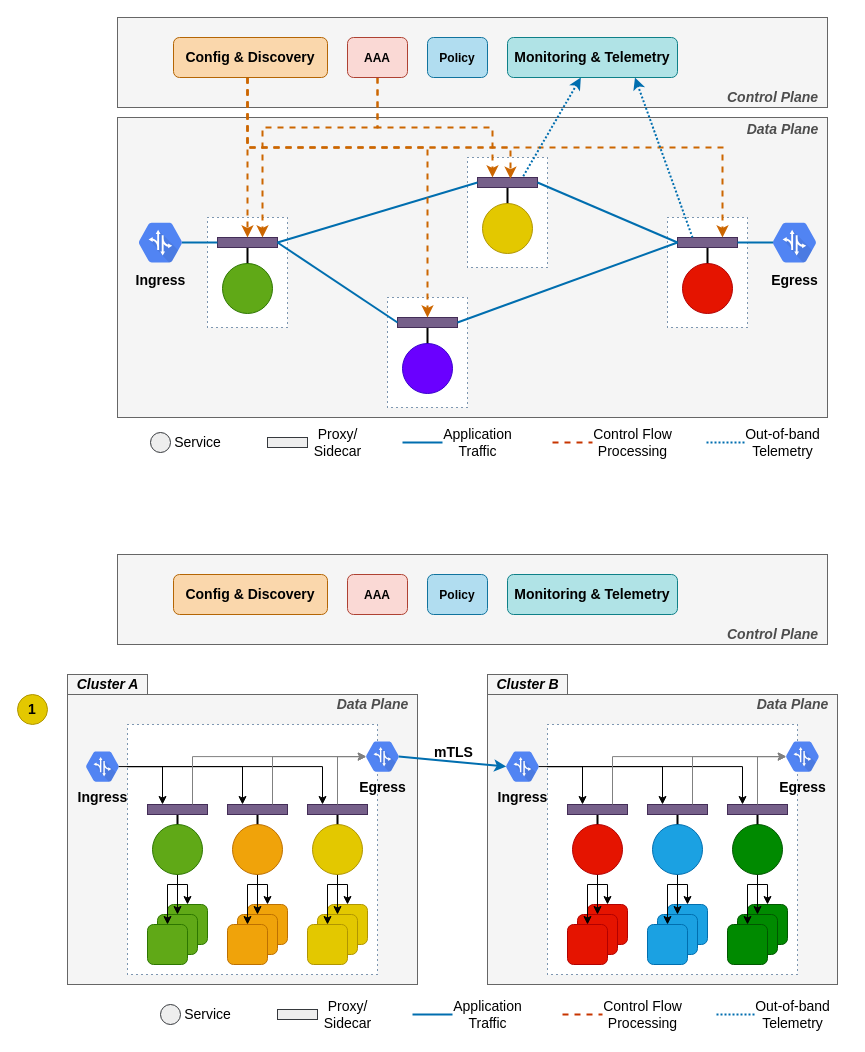
Before: service-mesh-GSPM.drawio in deepaknadig/draw.io, a draw.io diagram. Source tidied: cells renumbered, new cells numbered last; positions are measured from the earlier drawing's top-left corner, leaving out a move shared by most shapes. Both pictures are drawn from the tidied source at 100%, with x=0, y=0 at pixel (17, 17).
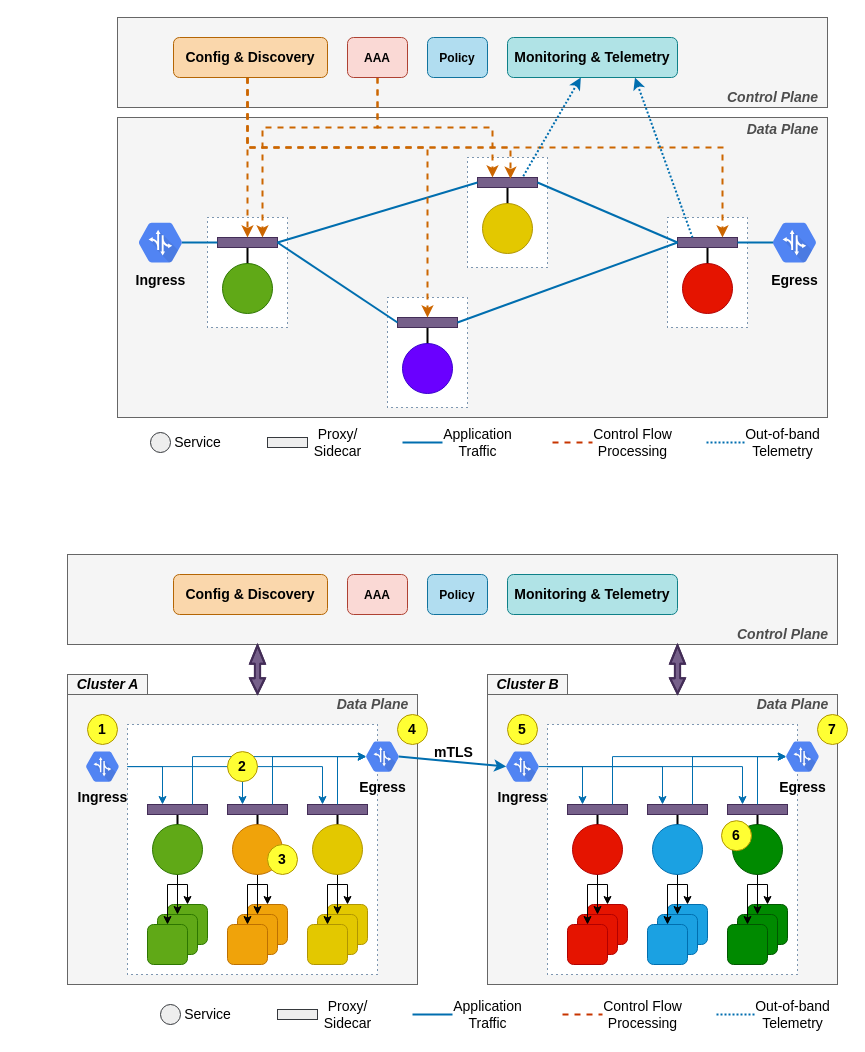
The same page after the edit.

Unchanged cells that the change refers to:
```xml
<mxCell id="94" value="&lt;font style=&quot;font-size: 14px&quot;&gt;Ingress&lt;/font&gt;" style="html=1;fillColor=#5184F3;strokeColor=none;verticalAlign=top;labelPosition=center;verticalLabelPosition=bottom;align=center;spacingTop=-6;fontSize=11;fontStyle=1;shape=mxgraph.gcp2.hexIcon;prIcon=traffic_director;rounded=0;" parent="91" vertex="1">
  <mxGeometry x="10" y="50" width="49.9" height="44.2" as="geometry" />
</mxCell>
<mxCell id="95" value="&lt;font style=&quot;font-size: 14px&quot;&gt;Egress&lt;/font&gt;" style="html=1;fillColor=#5184F3;strokeColor=none;verticalAlign=top;labelPosition=center;verticalLabelPosition=bottom;align=center;spacingTop=-6;fontSize=11;fontStyle=1;shape=mxgraph.gcp2.hexIcon;prIcon=traffic_director;rounded=0;" parent="91" vertex="1">
  <mxGeometry x="290" y="40" width="49.9" height="44.2" as="geometry" />
</mxCell>
<mxCell id="101" style="rounded=0;whiteSpace=wrap;html=1;strokeColor=#432D57;fillColor=#76608a;fontColor=#ffffff;" parent="96" vertex="1">
  <mxGeometry width="60" height="10" as="geometry" />
</mxCell>
<mxCell id="112" style="rounded=0;whiteSpace=wrap;html=1;strokeColor=#432D57;fillColor=#76608a;fontColor=#ffffff;" parent="107" vertex="1">
  <mxGeometry width="60" height="10" as="geometry" />
</mxCell>
<mxCell id="122" style="rounded=0;whiteSpace=wrap;html=1;strokeColor=#432D57;fillColor=#76608a;fontColor=#ffffff;" parent="117" vertex="1">
  <mxGeometry width="60" height="10" as="geometry" />
</mxCell>
<mxCell id="136" value="&lt;font style=&quot;font-size: 14px&quot;&gt;Ingress&lt;/font&gt;" style="html=1;fillColor=#5184F3;strokeColor=none;verticalAlign=top;labelPosition=center;verticalLabelPosition=bottom;align=center;spacingTop=-6;fontSize=11;fontStyle=1;shape=mxgraph.gcp2.hexIcon;prIcon=traffic_director;rounded=0;" parent="133" vertex="1">
  <mxGeometry x="10" y="50" width="49.9" height="44.2" as="geometry" />
</mxCell>
<mxCell id="137" value="&lt;font style=&quot;font-size: 14px&quot;&gt;Egress&lt;/font&gt;" style="html=1;fillColor=#5184F3;strokeColor=none;verticalAlign=top;labelPosition=center;verticalLabelPosition=bottom;align=center;spacingTop=-6;fontSize=11;fontStyle=1;shape=mxgraph.gcp2.hexIcon;prIcon=traffic_director;rounded=0;" parent="133" vertex="1">
  <mxGeometry x="290" y="40" width="49.9" height="44.2" as="geometry" />
</mxCell>
<mxCell id="143" style="rounded=0;whiteSpace=wrap;html=1;strokeColor=#432D57;fillColor=#76608a;fontColor=#ffffff;" parent="138" vertex="1">
  <mxGeometry width="60" height="10" as="geometry" />
</mxCell>
<mxCell id="154" style="rounded=0;whiteSpace=wrap;html=1;strokeColor=#432D57;fillColor=#76608a;fontColor=#ffffff;" parent="149" vertex="1">
  <mxGeometry width="60" height="10" as="geometry" />
</mxCell>
<mxCell id="164" style="rounded=0;whiteSpace=wrap;html=1;strokeColor=#432D57;fillColor=#76608a;fontColor=#ffffff;" parent="159" vertex="1">
  <mxGeometry width="60" height="10" as="geometry" />
</mxCell>
```

Diff of the diagram source:
```diff
@@
+    <mxCell id="184" style="group;" parent="1" vertex="1">
+      <mxGeometry x="50" y="537" width="780" height="480" as="geometry" />
+    </mxCell>
-    <mxCell id="69" style="rounded=0;whiteSpace=wrap;html=1;strokeColor=#666666;fillColor=#f5f5f5;fontColor=#333333;" parent="1" vertex="1">
-      <mxGeometry x="100" y="537" width="710" height="90" as="geometry" />
+    <mxCell id="69" style="rounded=0;whiteSpace=wrap;html=1;strokeColor=#666666;fillColor=#f5f5f5;fontColor=#333333;" parent="184" vertex="1">
+      <mxGeometry width="770" height="90" as="geometry" />
     </mxCell>
-    <mxCell id="70" value="&lt;b style=&quot;font-size: 14px&quot;&gt;&lt;font style=&quot;font-size: 14px&quot;&gt;Config &amp;amp; Discovery&lt;/font&gt;&lt;br&gt;&lt;/b&gt;" style="rounded=1;whiteSpace=wrap;html=1;fillColor=#fad7ac;strokeColor=#b46504;" parent="1" vertex="1">
-      <mxGeometry x="156" y="557" width="154" height="40" as="geometry" />
+    <mxCell id="70" value="&lt;b style=&quot;font-size: 14px&quot;&gt;&lt;font style=&quot;font-size: 14px&quot;&gt;Config &amp;amp; Discovery&lt;/font&gt;&lt;br&gt;&lt;/b&gt;" style="rounded=1;whiteSpace=wrap;html=1;fillColor=#fad7ac;strokeColor=#b46504;" parent="184" vertex="1">
+      <mxGeometry x="106" y="20" width="154" height="40" as="geometry" />
     </mxCell>
-    <mxCell id="71" value="&lt;b&gt;AAA&lt;/b&gt;&lt;b style=&quot;font-size: 14px&quot;&gt;&lt;br&gt;&lt;/b&gt;" style="rounded=1;whiteSpace=wrap;html=1;fillColor=#fad9d5;strokeColor=#ae4132;" parent="1" vertex="1">
-      <mxGeometry x="330" y="557" width="60" height="40" as="geometry" />
+    <mxCell id="71" value="&lt;b&gt;AAA&lt;/b&gt;&lt;b style=&quot;font-size: 14px&quot;&gt;&lt;br&gt;&lt;/b&gt;" style="rounded=1;whiteSpace=wrap;html=1;fillColor=#fad9d5;strokeColor=#ae4132;" parent="184" vertex="1">
+      <mxGeometry x="280" y="20" width="60" height="40" as="geometry" />
     </mxCell>
-    <mxCell id="72" value="&lt;b&gt;Policy&lt;/b&gt;&lt;b style=&quot;font-size: 14px&quot;&gt;&lt;br&gt;&lt;/b&gt;" style="rounded=1;whiteSpace=wrap;html=1;fillColor=#b1ddf0;strokeColor=#10739e;" parent="1" vertex="1">
-      <mxGeometry x="410" y="557" width="60" height="40" as="geometry" />
+    <mxCell id="72" value="&lt;b&gt;Policy&lt;/b&gt;&lt;b style=&quot;font-size: 14px&quot;&gt;&lt;br&gt;&lt;/b&gt;" style="rounded=1;whiteSpace=wrap;html=1;fillColor=#b1ddf0;strokeColor=#10739e;" parent="184" vertex="1">
+      <mxGeometry x="360" y="20" width="60" height="40" as="geometry" />
     </mxCell>
-    <mxCell id="73" value="&lt;b style=&quot;font-size: 14px&quot;&gt;&lt;font style=&quot;font-size: 14px&quot;&gt;Monitoring &amp;amp; Telemetry&lt;/font&gt;&lt;br&gt;&lt;/b&gt;" style="rounded=1;whiteSpace=wrap;html=1;fillColor=#b0e3e6;strokeColor=#0e8088;" parent="1" vertex="1">
-      <mxGeometry x="490" y="557" width="170" height="40" as="geometry" />
+    <mxCell id="73" value="&lt;b style=&quot;font-size: 14px&quot;&gt;&lt;font style=&quot;font-size: 14px&quot;&gt;Monitoring &amp;amp; Telemetry&lt;/font&gt;&lt;br&gt;&lt;/b&gt;" style="rounded=1;whiteSpace=wrap;html=1;fillColor=#b0e3e6;strokeColor=#0e8088;" parent="184" vertex="1">
+      <mxGeometry x="440" y="20" width="170" height="40" as="geometry" />
     </mxCell>
-    <mxCell id="74" value="&lt;font style=&quot;font-size: 14px&quot;&gt;&lt;b&gt;&lt;i&gt;Control Plane&lt;br&gt;&lt;/i&gt;&lt;/b&gt;&lt;/font&gt;" style="text;html=1;align=center;verticalAlign=middle;fontColor=#4D4D4D;" parent="1" vertex="1">
-      <mxGeometry x="700" y="607" width="110" height="20" as="geometry" />
+    <mxCell id="74" value="&lt;font style=&quot;font-size: 14px&quot;&gt;&lt;b&gt;&lt;i&gt;Control Plane&lt;br&gt;&lt;/i&gt;&lt;/b&gt;&lt;/font&gt;" style="text;html=1;align=center;verticalAlign=middle;fontColor=#4D4D4D;" parent="184" vertex="1">
+      <mxGeometry x="660" y="70" width="110" height="20" as="geometry" />
     </mxCell>
-    <mxCell id="75" style="group;" parent="1" vertex="1">
-      <mxGeometry x="140" y="977" width="680" height="40" as="geometry" />
+    <mxCell id="75" style="group;" parent="184" vertex="1">
+      <mxGeometry x="90" y="440" width="680" height="40" as="geometry" />
     </mxCell>
@@
-    <mxCell id="91" style="group;" parent="1" vertex="1">
-      <mxGeometry x="470" y="677" width="350" height="290" as="geometry" />
+    <mxCell id="91" style="group;" parent="184" vertex="1">
+      <mxGeometry x="420" y="140" width="360" height="290" as="geometry" />
     </mxCell>
@@
-    <mxCell id="106" style="edgeStyle=orthogonalEdgeStyle;rounded=0;jettySize=auto;html=1;entryX=0.25;entryY=0;entryDx=0;entryDy=0;startArrow=none;startFill=0;endArrow=classic;endFill=1;strokeColor=#000000;strokeWidth=1;fontSize=14;fontColor=#000000;" parent="91" edge="1" source="94" target="101">
+    <mxCell id="106" style="edgeStyle=orthogonalEdgeStyle;rounded=0;jettySize=auto;html=1;entryX=0.25;entryY=0;entryDx=0;entryDy=0;startArrow=none;startFill=0;endArrow=classic;endFill=1;strokeWidth=1;fontSize=14;fontColor=#000000;strokeColor=#006EAF;" parent="91" edge="1" source="94" target="101">
       <mxGeometry relative="1" as="geometry" />
     </mxCell>
@@
-    <mxCell id="127" style="edgeStyle=orthogonalEdgeStyle;rounded=0;jettySize=auto;html=1;entryX=0.25;entryY=0;entryDx=0;entryDy=0;startArrow=none;startFill=0;endArrow=classic;endFill=1;strokeColor=#000000;strokeWidth=1;fontSize=14;fontColor=#000000;" parent="91" edge="1" source="94" target="112">
+    <mxCell id="127" style="edgeStyle=orthogonalEdgeStyle;rounded=0;jettySize=auto;html=1;entryX=0.25;entryY=0;entryDx=0;entryDy=0;startArrow=none;startFill=0;endArrow=classic;endFill=1;strokeWidth=1;fontSize=14;fontColor=#000000;strokeColor=#006EAF;" parent="91" edge="1" source="94" target="112">
       <mxGeometry relative="1" as="geometry" />
     </mxCell>
-    <mxCell id="128" style="edgeStyle=orthogonalEdgeStyle;rounded=0;jettySize=auto;html=1;exitX=0.825;exitY=0.5;exitDx=0;exitDy=0;exitPerimeter=0;entryX=0.25;entryY=0;entryDx=0;entryDy=0;startArrow=none;startFill=0;endArrow=classic;endFill=1;strokeColor=#000000;strokeWidth=1;fontSize=14;fontColor=#000000;" parent="91" edge="1" source="94" target="122">
+    <mxCell id="128" style="edgeStyle=orthogonalEdgeStyle;rounded=0;jettySize=auto;html=1;exitX=0.825;exitY=0.5;exitDx=0;exitDy=0;exitPerimeter=0;entryX=0.25;entryY=0;entryDx=0;entryDy=0;startArrow=none;startFill=0;endArrow=classic;endFill=1;strokeWidth=1;fontSize=14;fontColor=#000000;strokeColor=#006EAF;" parent="91" edge="1" source="94" target="122">
       <mxGeometry relative="1" as="geometry" />
     </mxCell>
-    <mxCell id="129" style="edgeStyle=orthogonalEdgeStyle;rounded=0;jettySize=auto;html=1;exitX=0.5;exitY=0;exitDx=0;exitDy=0;entryX=0.175;entryY=0.5;entryDx=0;entryDy=0;entryPerimeter=0;startArrow=none;startFill=0;endArrow=classic;endFill=1;strokeColor=#808080;strokeWidth=1;fontSize=14;fontColor=#000000;" parent="91" edge="1" source="122" target="95">
+    <mxCell id="129" style="edgeStyle=orthogonalEdgeStyle;rounded=0;jettySize=auto;html=1;exitX=0.5;exitY=0;exitDx=0;exitDy=0;entryX=0.175;entryY=0.5;entryDx=0;entryDy=0;entryPerimeter=0;startArrow=none;startFill=0;endArrow=classic;endFill=1;strokeWidth=1;fontSize=14;fontColor=#000000;strokeColor=#006EAF;" parent="91" edge="1" source="122" target="95">
       <mxGeometry relative="1" as="geometry">
         <Array as="points">
           <mxPoint x="270" y="62" />
           <mxPoint x="299" y="62" />
         </Array>
       </mxGeometry>
     </mxCell>
-    <mxCell id="130" style="edgeStyle=orthogonalEdgeStyle;rounded=0;jettySize=auto;html=1;exitX=0.75;exitY=0;exitDx=0;exitDy=0;startArrow=none;startFill=0;endArrow=classic;endFill=1;strokeColor=#808080;strokeWidth=1;fontSize=14;fontColor=#000000;entryX=0.175;entryY=0.5;entryDx=0;entryDy=0;entryPerimeter=0;" parent="91" edge="1" source="112" target="95">
+    <mxCell id="130" style="edgeStyle=orthogonalEdgeStyle;rounded=0;jettySize=auto;html=1;exitX=0.75;exitY=0;exitDx=0;exitDy=0;startArrow=none;startFill=0;endArrow=classic;endFill=1;strokeWidth=1;fontSize=14;fontColor=#000000;entryX=0.175;entryY=0.5;entryDx=0;entryDy=0;entryPerimeter=0;strokeColor=#006EAF;" parent="91" edge="1" source="112" target="95">
       <mxGeometry relative="1" as="geometry">
         <Array as="points">
           <mxPoint x="205" y="62" />
           <mxPoint x="299" y="62" />
         </Array>
       </mxGeometry>
     </mxCell>
-    <mxCell id="131" style="edgeStyle=orthogonalEdgeStyle;rounded=0;jettySize=auto;html=1;exitX=0.75;exitY=0;exitDx=0;exitDy=0;startArrow=none;startFill=0;endArrow=classic;endFill=1;strokeColor=#808080;strokeWidth=1;fontSize=14;fontColor=#000000;entryX=0.175;entryY=0.5;entryDx=0;entryDy=0;entryPerimeter=0;" parent="91" edge="1" source="101" target="95">
+    <mxCell id="131" style="edgeStyle=orthogonalEdgeStyle;rounded=0;jettySize=auto;html=1;exitX=0.75;exitY=0;exitDx=0;exitDy=0;startArrow=none;startFill=0;endArrow=classic;endFill=1;strokeWidth=1;fontSize=14;fontColor=#000000;entryX=0.175;entryY=0.5;entryDx=0;entryDy=0;entryPerimeter=0;strokeColor=#006EAF;" parent="91" edge="1" source="101" target="95">
       <mxGeometry relative="1" as="geometry">
         <Array as="points">
           <mxPoint x="125" y="62" />
           <mxPoint x="299" y="62" />
         </Array>
       </mxGeometry>
     </mxCell>
@@
+    <mxCell id="185" value="&lt;b&gt;5&lt;/b&gt;" style="ellipse;whiteSpace=wrap;html=1;rounded=1;strokeColor=#B09500;fontSize=14;fillColor=#FFFF33;" parent="91" vertex="1">
+      <mxGeometry x="20" y="20" width="30" height="30" as="geometry" />
+    </mxCell>
+    <mxCell id="186" value="&lt;b&gt;7&lt;/b&gt;" style="ellipse;whiteSpace=wrap;html=1;rounded=1;strokeColor=#B09500;fontSize=14;fillColor=#FFFF33;" parent="91" vertex="1">
+      <mxGeometry x="330" y="20" width="30" height="30" as="geometry" />
+    </mxCell>
+    <mxCell id="187" value="&lt;b&gt;6&lt;/b&gt;" style="ellipse;whiteSpace=wrap;html=1;rounded=1;strokeColor=#B09500;fontSize=14;fillColor=#FFFF33;" parent="91" vertex="1">
+      <mxGeometry x="234" y="126.2" width="30" height="30" as="geometry" />
+    </mxCell>
-    <mxCell id="133" style="group;" parent="1" vertex="1">
-      <mxGeometry x="50" y="677" width="350" height="290" as="geometry" />
+    <mxCell id="133" style="group;" parent="184" vertex="1">
+      <mxGeometry y="140" width="360" height="290" as="geometry" />
     </mxCell>
@@
-    <mxCell id="148" style="edgeStyle=orthogonalEdgeStyle;rounded=0;jettySize=auto;html=1;entryX=0.25;entryY=0;entryDx=0;entryDy=0;startArrow=none;startFill=0;endArrow=classic;endFill=1;strokeColor=#000000;strokeWidth=1;fontSize=14;fontColor=#000000;" parent="133" edge="1" source="136" target="143">
+    <mxCell id="148" style="edgeStyle=orthogonalEdgeStyle;rounded=0;jettySize=auto;html=1;entryX=0.25;entryY=0;entryDx=0;entryDy=0;startArrow=none;startFill=0;endArrow=classic;endFill=1;strokeWidth=1;fontSize=14;fontColor=#000000;strokeColor=#006EAF;" parent="133" edge="1" source="136" target="143">
       <mxGeometry relative="1" as="geometry" />
     </mxCell>
@@
-    <mxCell id="169" style="edgeStyle=orthogonalEdgeStyle;rounded=0;jettySize=auto;html=1;entryX=0.25;entryY=0;entryDx=0;entryDy=0;startArrow=none;startFill=0;endArrow=classic;endFill=1;strokeColor=#000000;strokeWidth=1;fontSize=14;fontColor=#000000;" parent="133" edge="1" source="136" target="154">
+    <mxCell id="169" style="edgeStyle=orthogonalEdgeStyle;rounded=0;jettySize=auto;html=1;entryX=0.25;entryY=0;entryDx=0;entryDy=0;startArrow=none;startFill=0;endArrow=classic;endFill=1;strokeWidth=1;fontSize=14;fontColor=#000000;strokeColor=#006EAF;" parent="133" edge="1" source="136" target="154">
       <mxGeometry relative="1" as="geometry" />
     </mxCell>
-    <mxCell id="170" style="edgeStyle=orthogonalEdgeStyle;rounded=0;jettySize=auto;html=1;exitX=0.825;exitY=0.5;exitDx=0;exitDy=0;exitPerimeter=0;entryX=0.25;entryY=0;entryDx=0;entryDy=0;startArrow=none;startFill=0;endArrow=classic;endFill=1;strokeColor=#000000;strokeWidth=1;fontSize=14;fontColor=#000000;" parent="133" edge="1" source="136" target="164">
+    <mxCell id="170" style="edgeStyle=orthogonalEdgeStyle;rounded=0;jettySize=auto;html=1;exitX=0.825;exitY=0.5;exitDx=0;exitDy=0;exitPerimeter=0;entryX=0.25;entryY=0;entryDx=0;entryDy=0;startArrow=none;startFill=0;endArrow=classic;endFill=1;strokeWidth=1;fontSize=14;fontColor=#000000;strokeColor=#006EAF;" parent="133" edge="1" source="188" target="164">
       <mxGeometry relative="1" as="geometry" />
     </mxCell>
-    <mxCell id="171" style="edgeStyle=orthogonalEdgeStyle;rounded=0;jettySize=auto;html=1;exitX=0.5;exitY=0;exitDx=0;exitDy=0;entryX=0.175;entryY=0.5;entryDx=0;entryDy=0;entryPerimeter=0;startArrow=none;startFill=0;endArrow=classic;endFill=1;strokeColor=#808080;strokeWidth=1;fontSize=14;fontColor=#000000;" parent="133" edge="1" source="164" target="137">
+    <mxCell id="171" style="edgeStyle=orthogonalEdgeStyle;rounded=0;jettySize=auto;html=1;exitX=0.5;exitY=0;exitDx=0;exitDy=0;entryX=0.175;entryY=0.5;entryDx=0;entryDy=0;entryPerimeter=0;startArrow=none;startFill=0;endArrow=classic;endFill=1;strokeWidth=1;fontSize=14;fontColor=#000000;strokeColor=#006EAF;" parent="133" edge="1" source="164" target="137">
       <mxGeometry relative="1" as="geometry">
         <Array as="points">
           <mxPoint x="270" y="62" />
           <mxPoint x="299" y="62" />
         </Array>
       </mxGeometry>
     </mxCell>
-    <mxCell id="172" style="edgeStyle=orthogonalEdgeStyle;rounded=0;jettySize=auto;html=1;exitX=0.75;exitY=0;exitDx=0;exitDy=0;startArrow=none;startFill=0;endArrow=classic;endFill=1;strokeColor=#808080;strokeWidth=1;fontSize=14;fontColor=#000000;entryX=0.175;entryY=0.5;entryDx=0;entryDy=0;entryPerimeter=0;" parent="133" edge="1" source="154" target="137">
+    <mxCell id="172" style="edgeStyle=orthogonalEdgeStyle;rounded=0;jettySize=auto;html=1;exitX=0.75;exitY=0;exitDx=0;exitDy=0;startArrow=none;startFill=0;endArrow=classic;endFill=1;strokeWidth=1;fontSize=14;fontColor=#000000;entryX=0.175;entryY=0.5;entryDx=0;entryDy=0;entryPerimeter=0;strokeColor=#006EAF;" parent="133" edge="1" source="154" target="137">
       <mxGeometry relative="1" as="geometry">
         <Array as="points">
           <mxPoint x="205" y="62" />
           <mxPoint x="299" y="62" />
         </Array>
       </mxGeometry>
     </mxCell>
-    <mxCell id="173" style="edgeStyle=orthogonalEdgeStyle;rounded=0;jettySize=auto;html=1;exitX=0.75;exitY=0;exitDx=0;exitDy=0;startArrow=none;startFill=0;endArrow=classic;endFill=1;strokeColor=#808080;strokeWidth=1;fontSize=14;fontColor=#000000;entryX=0.175;entryY=0.5;entryDx=0;entryDy=0;entryPerimeter=0;" parent="133" edge="1" source="143" target="137">
+    <mxCell id="173" style="edgeStyle=orthogonalEdgeStyle;rounded=0;jettySize=auto;html=1;exitX=0.75;exitY=0;exitDx=0;exitDy=0;startArrow=none;startFill=0;endArrow=classic;endFill=1;strokeWidth=1;fontSize=14;fontColor=#000000;entryX=0.175;entryY=0.5;entryDx=0;entryDy=0;entryPerimeter=0;strokeColor=#006EAF;" parent="133" edge="1" source="143" target="137">
       <mxGeometry relative="1" as="geometry">
         <Array as="points">
           <mxPoint x="125" y="62" />
           <mxPoint x="299" y="62" />
         </Array>
       </mxGeometry>
     </mxCell>
@@
-    <mxCell id="175" value="&lt;b&gt;1&lt;/b&gt;" style="ellipse;whiteSpace=wrap;html=1;rounded=1;strokeColor=#B09500;fontSize=14;fillColor=#e3c800;" parent="1" vertex="1">
-      <mxGeometry y="677" width="30" height="30" as="geometry" />
+    <mxCell id="175" value="&lt;b&gt;1&lt;/b&gt;" style="ellipse;whiteSpace=wrap;html=1;rounded=1;strokeColor=#B09500;fontSize=14;fillColor=#FFFF33;" parent="133" vertex="1">
+      <mxGeometry x="20" y="20" width="30" height="30" as="geometry" />
     </mxCell>
+    <mxCell id="188" value="&lt;b&gt;2&lt;/b&gt;" style="ellipse;whiteSpace=wrap;html=1;rounded=1;strokeColor=#B09500;fontSize=14;fillColor=#FFFF33;" parent="133" vertex="1">
+      <mxGeometry x="160" y="57.1" width="30" height="30" as="geometry" />
+    </mxCell>
+    <mxCell id="189" value="&lt;b&gt;3&lt;/b&gt;" style="ellipse;whiteSpace=wrap;html=1;rounded=1;strokeColor=#B09500;fontSize=14;fillColor=#FFFF33;" parent="133" vertex="1">
+      <mxGeometry x="200" y="150" width="30" height="30" as="geometry" />
+    </mxCell>
+    <mxCell id="190" value="&lt;b&gt;4&lt;/b&gt;" style="ellipse;whiteSpace=wrap;html=1;rounded=1;strokeColor=#B09500;fontSize=14;fillColor=#FFFF33;" parent="133" vertex="1">
+      <mxGeometry x="330" y="20" width="30" height="30" as="geometry" />
+    </mxCell>
-    <mxCell id="176" style="rounded=0;jettySize=auto;html=1;exitX=0.825;exitY=0.5;exitDx=0;exitDy=0;exitPerimeter=0;entryX=0.175;entryY=0.5;entryDx=0;entryDy=0;entryPerimeter=0;startArrow=none;startFill=0;endArrow=classic;endFill=1;strokeWidth=2;fontSize=14;fontColor=#000000;strokeColor=#006EAF;" parent="1" edge="1" source="137" target="94">
+    <mxCell id="176" style="rounded=0;jettySize=auto;html=1;exitX=0.825;exitY=0.5;exitDx=0;exitDy=0;exitPerimeter=0;entryX=0.175;entryY=0.5;entryDx=0;entryDy=0;entryPerimeter=0;startArrow=none;startFill=0;endArrow=classic;endFill=1;strokeWidth=2;fontSize=14;fontColor=#000000;strokeColor=#006EAF;" parent="184" edge="1" source="137" target="94">
       <mxGeometry relative="1" as="geometry" />
     </mxCell>
@@
-    <mxCell id="178" style="group;rotation=90;" parent="1" vertex="1">
-      <mxGeometry x="500" y="627" width="20" height="80" as="geometry" />
+    <mxCell id="178" style="group;rotation=90;" parent="184" vertex="1">
+      <mxGeometry x="450" y="90" width="20" height="80" as="geometry" />
     </mxCell>
@@
-    <mxCell id="181" style="group;" parent="1" vertex="1">
-      <mxGeometry x="50" y="657" width="80" height="20" as="geometry" />
+    <mxCell id="181" style="group;" parent="184" vertex="1">
+      <mxGeometry y="120" width="80" height="20" as="geometry" />
     </mxCell>
@@
+    <mxCell id="191" style="shape=flexArrow;endArrow=classic;startArrow=classic;html=1;strokeColor=#432D57;strokeWidth=2;fontSize=14;fontColor=#000000;startWidth=7.619047619047619;startSize=4.414285714285714;endWidth=7.619047619047619;endSize=5.428571428571429;width=4.285714285714286;fillColor=#76608a;" parent="184" edge="1">
+      <mxGeometry relative="1" as="geometry">
+        <mxPoint x="190" y="140" as="sourcePoint" />
+        <mxPoint x="190" y="90" as="targetPoint" />
+        <Array as="points">
+          <mxPoint x="190" y="120" />
+        </Array>
+      </mxGeometry>
+    </mxCell>
+    <mxCell id="192" style="shape=flexArrow;endArrow=classic;startArrow=classic;html=1;strokeColor=#432D57;strokeWidth=2;fontSize=14;fontColor=#000000;startWidth=7.619047619047619;startSize=4.414285714285714;endWidth=7.619047619047619;endSize=5.428571428571429;width=4.285714285714286;fillColor=#76608a;" parent="184" edge="1">
+      <mxGeometry relative="1" as="geometry">
+        <mxPoint x="610" y="140" as="sourcePoint" />
+        <mxPoint x="610" y="90" as="targetPoint" />
+        <Array as="points">
+          <mxPoint x="610" y="120" />
+        </Array>
+      </mxGeometry>
+    </mxCell>
```
